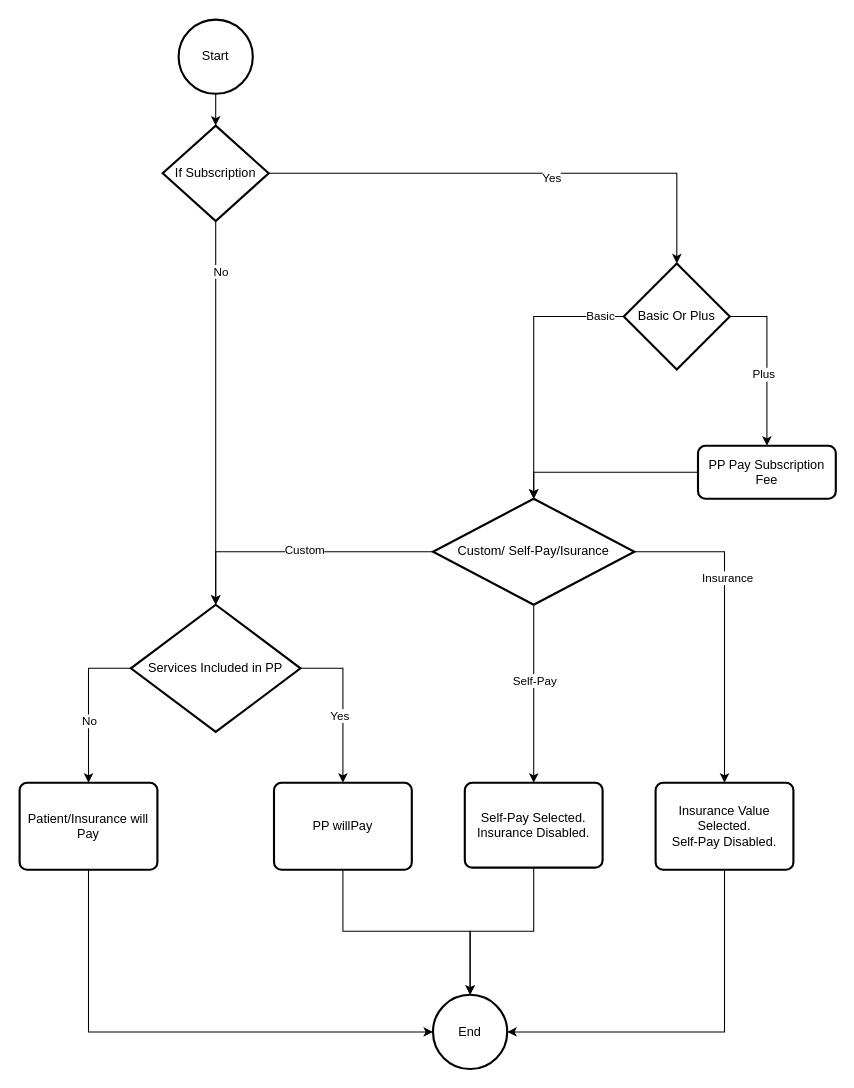
fkbhatti/EHR_Diagrams keeps this draw.io diagram as PreferedPartnerCharge.drawio. Above is the earlier version. Source tidied: cells renumbered, new cells numbered last; positions are measured from the earlier drawing's top-left corner, leaving out a move shared by most shapes. Both pictures are drawn from the tidied source at 106%, with x=0, y=0 at pixel (19, 19).
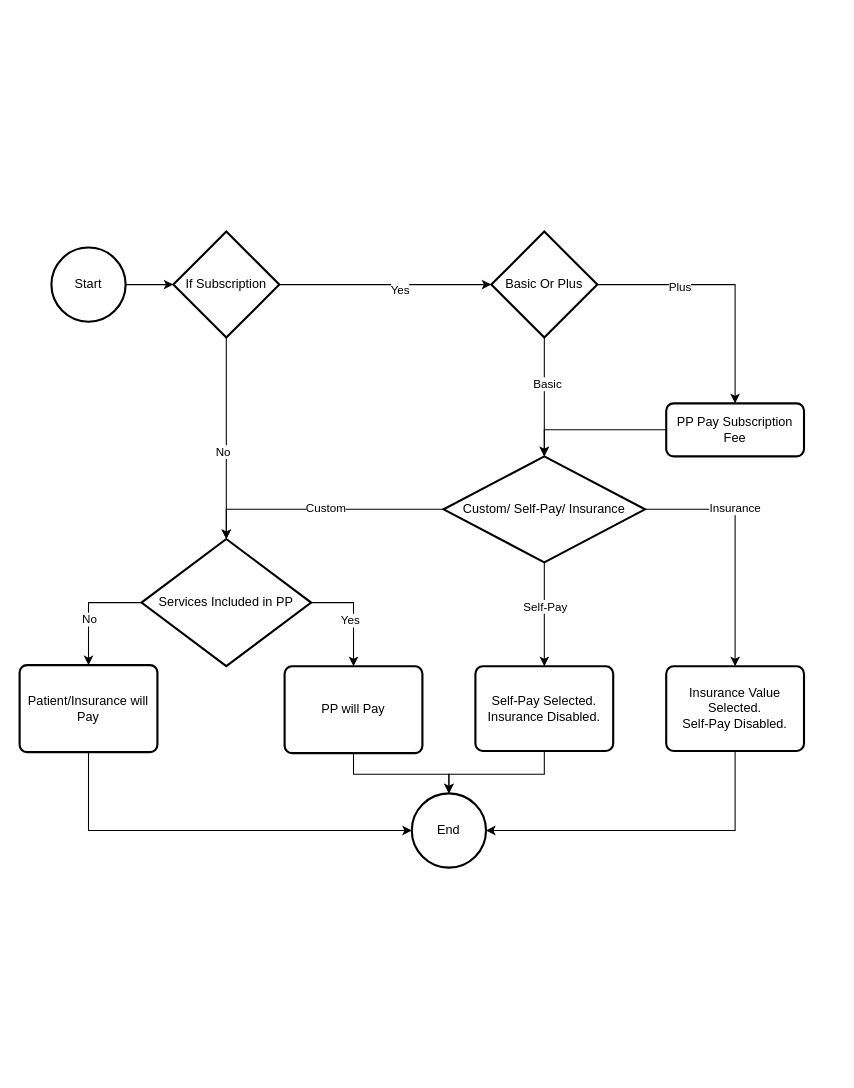
The same page after the edit.

The change refers to these unchanged cells:
```xml
<mxCell id="12" style="edgeStyle=orthogonalEdgeStyle;rounded=0;jettySize=auto;html=1;exitX=1;exitY=0.5;exitDx=0;exitDy=0;exitPerimeter=0;entryX=0.5;entryY=0;entryDx=0;entryDy=0;" parent="1" edge="1" source="11" target="14">
  <mxGeometry relative="1" as="geometry" />
</mxCell>
```

What changed in the source:
```diff
@@
-    <mxCell id="2" style="edgeStyle=orthogonalEdgeStyle;rounded=0;jettySize=auto;html=1;entryX=0.5;entryY=0;entryDx=0;entryDy=0;entryPerimeter=0;" parent="1" edge="1" source="3" target="10">
+    <mxCell id="2" style="edgeStyle=orthogonalEdgeStyle;rounded=0;jettySize=auto;html=1;entryX=0;entryY=0.5;entryDx=0;entryDy=0;entryPerimeter=0;" parent="1" edge="1" source="3" target="10">
       <mxGeometry relative="1" as="geometry" />
     </mxCell>
     <mxCell id="3" value="Start" style="strokeWidth=2;html=1;shape=mxgraph.flowchart.start_2;whiteSpace=wrap;" parent="1" vertex="1">
-      <mxGeometry x="150" width="70" height="70" as="geometry" />
+      <mxGeometry x="30" y="215" width="70" height="70" as="geometry" />
     </mxCell>
-    <mxCell id="4" style="edgeStyle=orthogonalEdgeStyle;rounded=0;jettySize=auto;html=1;exitX=0.5;exitY=1;exitDx=0;exitDy=0;exitPerimeter=0;entryX=0.5;entryY=0;entryDx=0;entryDy=0;entryPerimeter=0;" parent="1" edge="1" source="10" target="19">
-      <mxGeometry relative="1" as="geometry">
-        <Array as="points">
-          <mxPoint x="185" y="330" />
-          <mxPoint x="185" y="330" />
-        </Array>
-      </mxGeometry>
-    </mxCell>
-    <mxCell id="5" value="No" style="edgeLabel;html=1;align=center;verticalAlign=middle;" parent="4" vertex="1">
-      <mxGeometry x="-0.74" y="4" relative="1" as="geometry" />
-    </mxCell>
-    <mxCell id="6" style="edgeStyle=orthogonalEdgeStyle;rounded=0;jettySize=auto;html=1;exitX=0;exitY=0.5;exitDx=0;exitDy=0;exitPerimeter=0;entryX=0.5;entryY=0;entryDx=0;entryDy=0;entryPerimeter=0;" parent="1" edge="1" source="11" target="15">
+    <mxCell id="6" style="edgeStyle=orthogonalEdgeStyle;rounded=0;jettySize=auto;html=1;exitX=0.5;exitY=1;exitDx=0;exitDy=0;exitPerimeter=0;entryX=0.5;entryY=0;entryDx=0;entryDy=0;entryPerimeter=0;" parent="1" edge="1" source="11" target="15">
       <mxGeometry relative="1" as="geometry">
         <Array as="points">
-          <mxPoint x="570" y="280" />
-          <mxPoint x="485" y="280" />
+          <mxPoint x="495" y="300" />
         </Array>
       </mxGeometry>
     </mxCell>
     <mxCell id="7" value="Basic" style="edgeLabel;html=1;align=center;verticalAlign=middle;" parent="6" vertex="1">
-      <mxGeometry x="-0.82" y="-1" relative="1" as="geometry" />
+      <mxGeometry x="-0.23" y="2" relative="1" as="geometry" />
     </mxCell>
-    <mxCell id="8" style="edgeStyle=orthogonalEdgeStyle;rounded=0;jettySize=auto;html=1;entryX=0.5;entryY=0;entryDx=0;entryDy=0;exitX=1;exitY=0.5;exitDx=0;exitDy=0;exitPerimeter=0;entryPerimeter=0;" parent="1" edge="1" source="10" target="11">
+    <mxCell id="8" style="edgeStyle=orthogonalEdgeStyle;rounded=0;jettySize=auto;html=1;entryX=0;entryY=0.5;entryDx=0;entryDy=0;exitX=1;exitY=0.5;exitDx=0;exitDy=0;exitPerimeter=0;entryPerimeter=0;" parent="1" edge="1" source="10" target="11">
       <mxGeometry relative="1" as="geometry" />
     </mxCell>
@@
     <mxCell id="10" value="If Subscription" style="strokeWidth=2;html=1;shape=mxgraph.flowchart.decision;whiteSpace=wrap;" parent="1" vertex="1">
-      <mxGeometry x="135" y="100" width="100" height="90" as="geometry" />
+      <mxGeometry x="145" y="200" width="100" height="100" as="geometry" />
     </mxCell>
     <mxCell id="11" value="Basic Or Plus" style="strokeWidth=2;html=1;shape=mxgraph.flowchart.decision;whiteSpace=wrap;" parent="1" vertex="1">
-      <mxGeometry x="570" y="230" width="100" height="100" as="geometry" />
+      <mxGeometry x="445" y="200" width="100" height="100" as="geometry" />
     </mxCell>
@@
     <mxCell id="13" value="Plus" style="edgeLabel;html=1;align=center;verticalAlign=middle;" parent="12" vertex="1">
-      <mxGeometry x="0.13" y="-4" relative="1" as="geometry" />
+      <mxGeometry x="-0.36" y="-2" relative="1" as="geometry" />
     </mxCell>
     <mxCell id="14" value="PP Pay Subscription Fee" style="rounded=1;whiteSpace=wrap;html=1;absoluteArcSize=1;arcSize=14;strokeWidth=2;" parent="1" vertex="1">
-      <mxGeometry x="640" y="402" width="130" height="50" as="geometry" />
+      <mxGeometry x="610" y="362" width="130" height="50" as="geometry" />
     </mxCell>
-    <mxCell id="15" value="Custom/ Self-Pay/Isurance" style="strokeWidth=2;html=1;shape=mxgraph.flowchart.decision;whiteSpace=wrap;" parent="1" vertex="1">
-      <mxGeometry x="390" y="452" width="190" height="100" as="geometry" />
+    <mxCell id="15" value="Custom/ Self-Pay/ Insurance" style="strokeWidth=2;html=1;shape=mxgraph.flowchart.decision;whiteSpace=wrap;" parent="1" vertex="1">
+      <mxGeometry x="400" y="412" width="190" height="100" as="geometry" />
     </mxCell>
     <mxCell id="16" style="edgeStyle=orthogonalEdgeStyle;rounded=0;jettySize=auto;html=1;exitX=0;exitY=0.5;exitDx=0;exitDy=0;entryX=0.5;entryY=0;entryDx=0;entryDy=0;entryPerimeter=0;" parent="1" edge="1" source="14" target="15">
-      <mxGeometry relative="1" as="geometry" />
+      <mxGeometry relative="1" as="geometry">
+        <Array as="points">
+          <mxPoint x="495" y="387" />
+        </Array>
+      </mxGeometry>
     </mxCell>
     <mxCell id="17" value="Self-Pay Selected.&lt;br&gt;Insurance Disabled." style="rounded=1;whiteSpace=wrap;html=1;absoluteArcSize=1;arcSize=14;strokeWidth=2;" parent="1" vertex="1">
-      <mxGeometry x="420" y="720" width="130" height="80" as="geometry" />
+      <mxGeometry x="430" y="610" width="130" height="80" as="geometry" />
     </mxCell>
     <mxCell id="18" value="Insurance Value Selected.&lt;br&gt;Self-Pay Disabled." style="rounded=1;whiteSpace=wrap;html=1;absoluteArcSize=1;arcSize=14;strokeWidth=2;" parent="1" vertex="1">
-      <mxGeometry x="600" y="720" width="130" height="82" as="geometry" />
+      <mxGeometry x="610" y="610" width="130" height="80" as="geometry" />
     </mxCell>
     <mxCell id="19" value="Services Included in PP" style="strokeWidth=2;html=1;shape=mxgraph.flowchart.decision;whiteSpace=wrap;" parent="1" vertex="1">
-      <mxGeometry x="105" y="552" width="160" height="120" as="geometry" />
+      <mxGeometry x="115" y="490" width="160" height="120" as="geometry" />
     </mxCell>
@@
-    <mxCell id="26" value="PP willPay" style="rounded=1;whiteSpace=wrap;html=1;absoluteArcSize=1;arcSize=14;strokeWidth=2;" parent="1" vertex="1">
-      <mxGeometry x="240" y="720" width="130" height="82" as="geometry" />
+    <mxCell id="26" value="PP will Pay" style="rounded=1;whiteSpace=wrap;html=1;absoluteArcSize=1;arcSize=14;strokeWidth=2;" parent="1" vertex="1">
+      <mxGeometry x="250" y="610" width="130" height="82" as="geometry" />
     </mxCell>
     <mxCell id="27" value="Patient/Insurance will Pay" style="rounded=1;whiteSpace=wrap;html=1;absoluteArcSize=1;arcSize=14;strokeWidth=2;" parent="1" vertex="1">
-      <mxGeometry y="720" width="130" height="82" as="geometry" />
+      <mxGeometry y="609" width="130" height="82" as="geometry" />
     </mxCell>
@@
     <mxCell id="32" value="End" style="strokeWidth=2;html=1;shape=mxgraph.flowchart.start_2;whiteSpace=wrap;" parent="1" vertex="1">
-      <mxGeometry x="390" y="920" width="70" height="70" as="geometry" />
+      <mxGeometry x="370" y="730" width="70" height="70" as="geometry" />
     </mxCell>
@@
     <mxCell id="34" style="edgeStyle=orthogonalEdgeStyle;rounded=0;jettySize=auto;html=1;exitX=0.5;exitY=1;exitDx=0;exitDy=0;entryX=0.5;entryY=0;entryDx=0;entryDy=0;entryPerimeter=0;" parent="1" edge="1" source="26" target="32">
       <mxGeometry relative="1" as="geometry">
         <Array as="points">
-          <mxPoint x="305" y="860" />
-          <mxPoint x="425" y="860" />
+          <mxPoint x="315" y="712" />
+          <mxPoint x="405" y="712" />
         </Array>
       </mxGeometry>
     </mxCell>
     <mxCell id="35" style="edgeStyle=orthogonalEdgeStyle;rounded=0;jettySize=auto;html=1;exitX=0.5;exitY=1;exitDx=0;exitDy=0;entryX=0.5;entryY=0;entryDx=0;entryDy=0;entryPerimeter=0;" parent="1" edge="1" source="17" target="32">
       <mxGeometry relative="1" as="geometry">
         <Array as="points">
-          <mxPoint x="485" y="860" />
-          <mxPoint x="425" y="860" />
+          <mxPoint x="495" y="712" />
+          <mxPoint x="405" y="712" />
         </Array>
       </mxGeometry>
     </mxCell>
@@
+    <mxCell id="4" style="edgeStyle=orthogonalEdgeStyle;rounded=0;jettySize=auto;html=1;entryX=0.5;entryY=0;entryDx=0;entryDy=0;exitX=0.5;exitY=1;exitDx=0;exitDy=0;exitPerimeter=0;entryPerimeter=0;" parent="1" edge="1" source="10" target="19">
+      <mxGeometry relative="1" as="geometry" />
+    </mxCell>
+    <mxCell id="5" value="No" style="edgeLabel;html=1;align=center;verticalAlign=middle;" parent="4" vertex="1">
+      <mxGeometry x="0.13" y="-4" relative="1" as="geometry" />
+    </mxCell>
```
